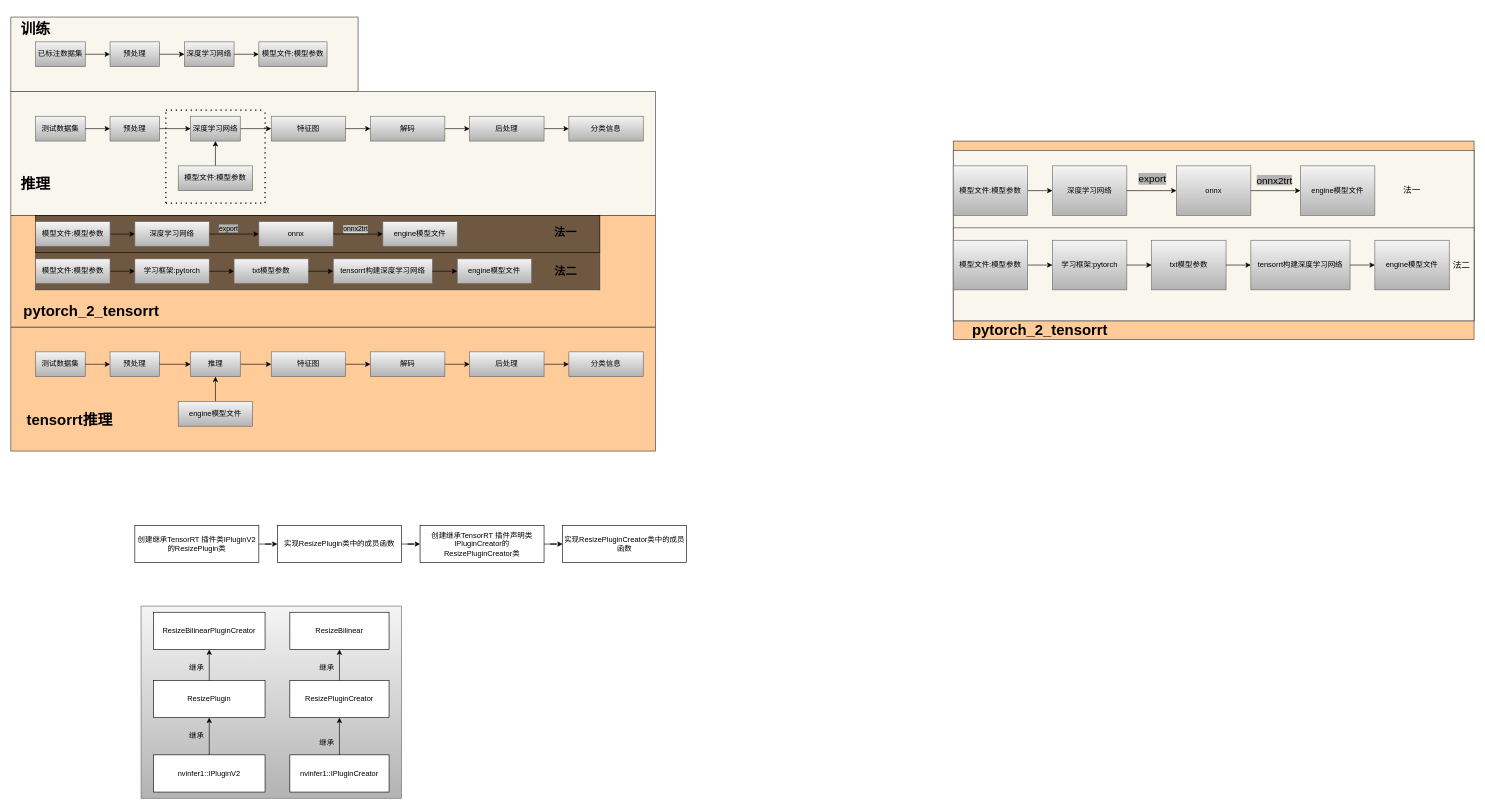
Above: lidar分类.drawio in bugquella/diagrams (draw.io), before the change. Source tidied: cells renumbered, new cells numbered last; positions are measured from the earlier drawing's top-left corner, leaving out a move shared by most shapes. Both pictures are drawn from the tidied source at 62%, with x=0, y=0 at pixel (11, 17).
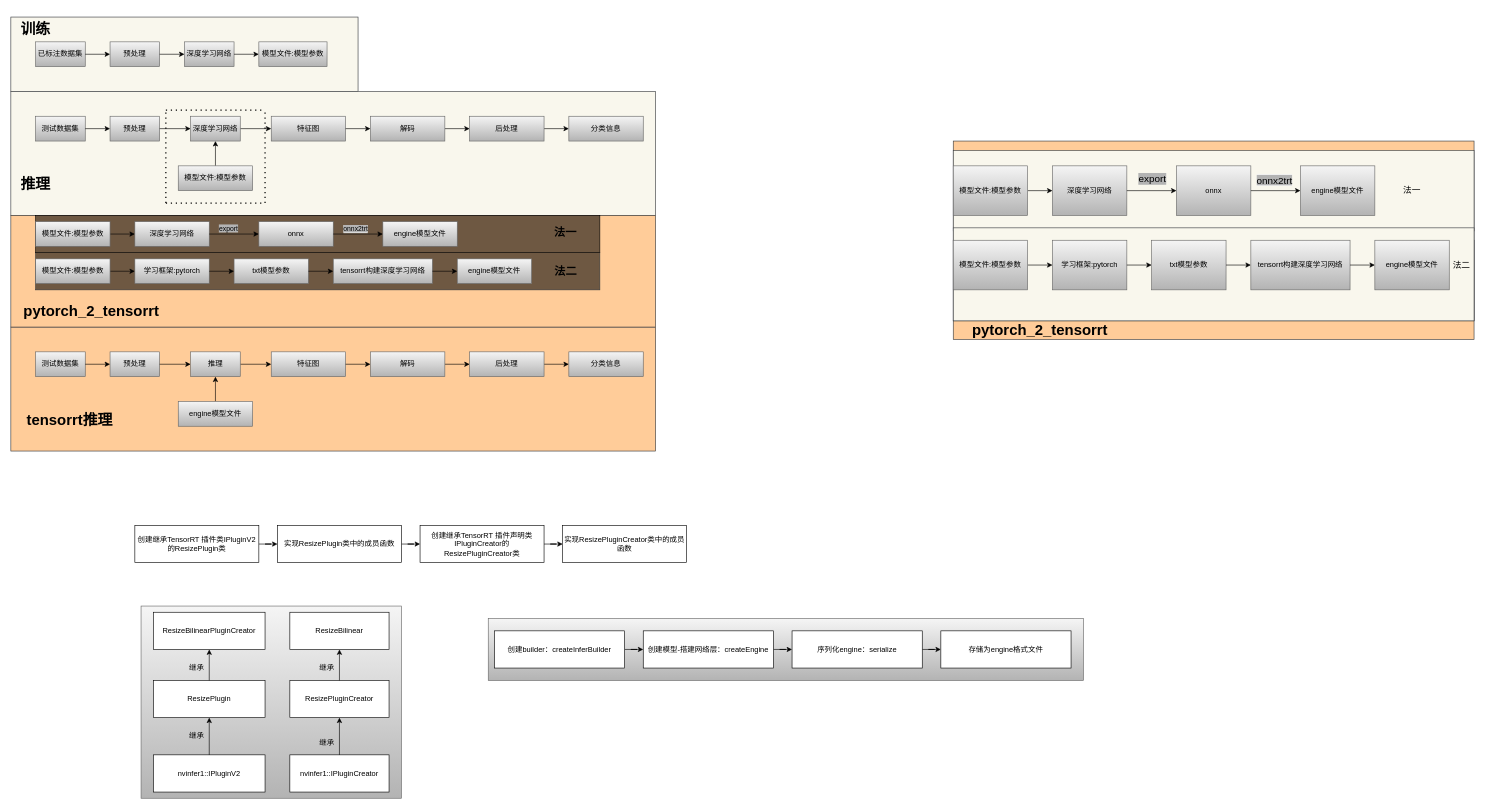
After the change.

Change to the diagram source:
```diff
@@
+    <mxCell id="133" style="rounded=0;whiteSpace=wrap;html=1;gradientColor=#b3b3b3;fillColor=#f5f5f5;strokeColor=#666666;" parent="1" vertex="1">
+      <mxGeometry x="770" y="970" width="960" height="100" as="geometry" />
+    </mxCell>
@@
+    <mxCell id="134" style="edgeStyle=orthogonalEdgeStyle;rounded=0;jettySize=auto;html=1;" parent="1" edge="1" source="135" target="137">
+      <mxGeometry relative="1" as="geometry" />
+    </mxCell>
+    <mxCell id="135" value="创建builder：createInferBuilder" style="rounded=0;whiteSpace=wrap;html=1;" parent="1" vertex="1">
+      <mxGeometry x="780" y="990" width="210" height="60" as="geometry" />
+    </mxCell>
+    <mxCell id="136" style="edgeStyle=orthogonalEdgeStyle;rounded=0;jettySize=auto;html=1;" parent="1" edge="1" source="137" target="139">
+      <mxGeometry relative="1" as="geometry" />
+    </mxCell>
+    <mxCell id="137" value="创建模型-搭建网络层：createEngine" style="rounded=0;whiteSpace=wrap;html=1;" parent="1" vertex="1">
+      <mxGeometry x="1020" y="990" width="210" height="60" as="geometry" />
+    </mxCell>
+    <mxCell id="138" style="edgeStyle=orthogonalEdgeStyle;rounded=0;jettySize=auto;html=1;" parent="1" edge="1" source="139" target="140">
+      <mxGeometry relative="1" as="geometry" />
+    </mxCell>
+    <mxCell id="139" value="序列化engine：serialize" style="rounded=0;whiteSpace=wrap;html=1;" parent="1" vertex="1">
+      <mxGeometry x="1260" y="990" width="210" height="60" as="geometry" />
+    </mxCell>
+    <mxCell id="140" value="存储为engine格式文件" style="rounded=0;whiteSpace=wrap;html=1;" parent="1" vertex="1">
+      <mxGeometry x="1500" y="990" width="210" height="60" as="geometry" />
+    </mxCell>
```
